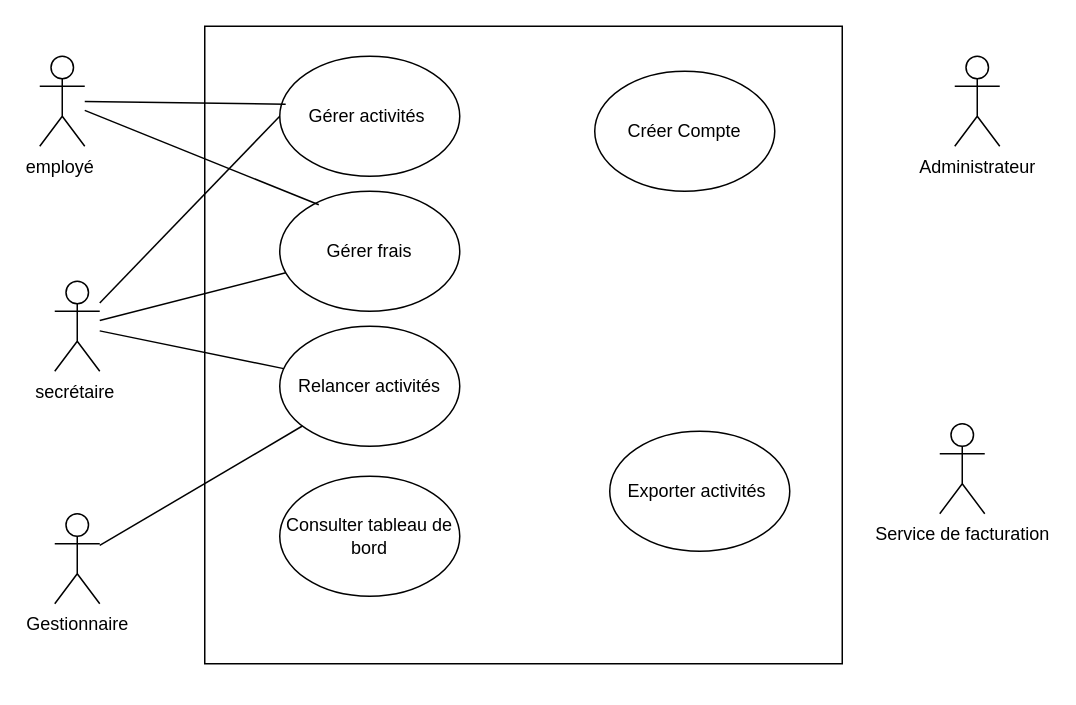
zeuss32/analyse-et-modelisation-lab1 keeps this draw.io diagram as Tp1 Analyse et modélisation.drawio. Above is the earlier version. Source tidied: cells renumbered, new cells numbered last; positions are measured from the earlier drawing's top-left corner, leaving out a move shared by most shapes. Both pictures are drawn from the tidied source at 150%, with x=0, y=0 at pixel (39, 26).
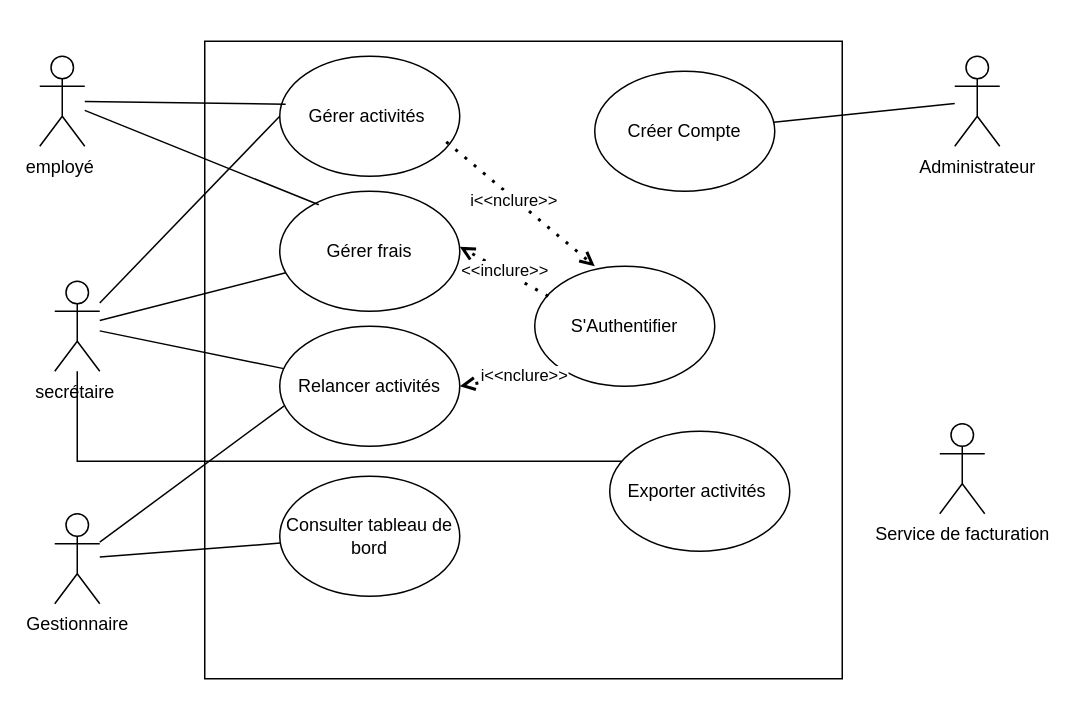
The same diagram, later.

Commit message (it also covers changes not shown here):
Mettre à jour Tp1 Analyse et modélisation.drawio

The change refers to these unchanged cells:
```xml
<mxCell id="3" value="secrétaire&amp;nbsp;" style="shape=umlActor;verticalLabelPosition=bottom;verticalAlign=top;html=1;outlineConnect=0;" parent="1" vertex="1">
  <mxGeometry x="10" y="170" width="30" height="60" as="geometry" />
</mxCell>
<mxCell id="4" value="Gestionnaire" style="shape=umlActor;verticalLabelPosition=bottom;verticalAlign=top;html=1;outlineConnect=0;" parent="1" vertex="1">
  <mxGeometry x="10" y="325" width="30" height="60" as="geometry" />
</mxCell>
<mxCell id="5" value="Administrateur" style="shape=umlActor;verticalLabelPosition=bottom;verticalAlign=top;html=1;outlineConnect=0;" parent="1" vertex="1">
  <mxGeometry x="610" y="20" width="30" height="60" as="geometry" />
</mxCell>
<mxCell id="8" value="Gérer activités&amp;nbsp;" style="ellipse;whiteSpace=wrap;html=1;" parent="1" vertex="1">
  <mxGeometry x="160" y="20" width="120" height="80" as="geometry" />
</mxCell>
<mxCell id="10" value="Relancer activités" style="ellipse;whiteSpace=wrap;html=1;" parent="1" vertex="1">
  <mxGeometry x="160" y="200" width="120" height="80" as="geometry" />
</mxCell>
<mxCell id="11" value="Consulter tableau de bord" style="ellipse;whiteSpace=wrap;html=1;" parent="1" vertex="1">
  <mxGeometry x="160" y="300" width="120" height="80" as="geometry" />
</mxCell>
<mxCell id="12" value="Créer Compte" style="ellipse;whiteSpace=wrap;html=1;" parent="1" vertex="1">
  <mxGeometry x="370" y="30" width="120" height="80" as="geometry" />
</mxCell>
<mxCell id="13" value="Exporter activités&amp;nbsp;" style="ellipse;whiteSpace=wrap;html=1;" parent="1" vertex="1">
  <mxGeometry x="380" y="270" width="120" height="80" as="geometry" />
</mxCell>
```

The edit, as a diff of the source:
```diff
@@
     <mxCell id="6" style="whiteSpace=wrap;html=1;" parent="1" vertex="1">
-      <mxGeometry x="110" width="425" height="425" as="geometry" />
+      <mxGeometry x="110" y="10" width="425" height="425" as="geometry" />
     </mxCell>
@@
-    <mxCell id="18" style="rounded=0;jettySize=auto;html=1;endArrow=none;endFill=0;" parent="1" edge="1" source="4" target="10">
+    <mxCell id="18" style="rounded=0;jettySize=auto;html=1;endArrow=none;endFill=0;entryX=0.025;entryY=0.663;entryDx=0;entryDy=0;entryPerimeter=0;" parent="1" edge="1" source="4" target="10">
       <mxGeometry relative="1" as="geometry" />
     </mxCell>
@@
+    <mxCell id="20" style="rounded=0;jettySize=auto;html=1;endArrow=none;endFill=0;" parent="1" edge="1" source="4" target="11">
+      <mxGeometry relative="1" as="geometry" />
+    </mxCell>
+    <mxCell id="21" value="S'Authentifier" style="ellipse;whiteSpace=wrap;html=1;" parent="1" vertex="1">
+      <mxGeometry x="330" y="160" width="120" height="80" as="geometry" />
+    </mxCell>
+    <mxCell id="22" style="rounded=0;jettySize=auto;html=1;endArrow=none;endFill=0;" parent="1" edge="1" source="5" target="12">
+      <mxGeometry relative="1" as="geometry" />
+    </mxCell>
+    <mxCell id="23" style="edgeStyle=orthogonalEdgeStyle;rounded=0;jettySize=auto;html=1;endArrow=none;endFill=0;" parent="1" edge="1" source="3" target="13">
+      <mxGeometry relative="1" as="geometry">
+        <Array as="points">
+          <mxPoint x="25" y="290" />
+        </Array>
+      </mxGeometry>
+    </mxCell>
+    <mxCell id="24" style="endArrow=open;dashed=1;html=1;dashPattern=1 3;strokeWidth=2;rounded=0;exitX=0.925;exitY=0.713;exitDx=0;exitDy=0;exitPerimeter=0;endFill=0;" parent="1" edge="1" source="8">
+      <mxGeometry relative="1" as="geometry">
+        <mxPoint x="370" y="160" as="targetPoint" />
+      </mxGeometry>
+    </mxCell>
+    <mxCell id="25" value="i&amp;lt;&amp;lt;nclure&amp;gt;&amp;gt;" style="edgeLabel;html=1;align=center;verticalAlign=middle;" parent="24" vertex="1">
+      <mxGeometry x="-0.08" y="-1" relative="1" as="geometry" />
+    </mxCell>
+    <mxCell id="26" style="endArrow=open;dashed=1;html=1;dashPattern=1 3;strokeWidth=2;rounded=0;exitX=0.075;exitY=0.25;exitDx=0;exitDy=0;exitPerimeter=0;entryX=0.075;entryY=0.25;entryDx=0;entryDy=0;entryPerimeter=0;endFill=0;" parent="1" edge="1" source="21">
+      <mxGeometry relative="1" as="geometry">
+        <mxPoint x="280" y="147" as="targetPoint" />
+      </mxGeometry>
+    </mxCell>
+    <mxCell id="27" value="&amp;lt;&amp;lt;inclure&amp;gt;&amp;gt;" style="edgeLabel;html=1;align=center;verticalAlign=middle;" parent="26" vertex="1">
+      <mxGeometry x="0.01" y="-1" relative="1" as="geometry" />
+    </mxCell>
+    <mxCell id="28" style="endArrow=open;dashed=1;html=1;dashPattern=1 3;strokeWidth=2;rounded=0;exitX=0;exitY=1;exitDx=0;exitDy=0;endFill=0;entryX=1;entryY=0.5;entryDx=0;entryDy=0;" parent="1" edge="1" source="21" target="10">
+      <mxGeometry relative="1" as="geometry" />
+    </mxCell>
+    <mxCell id="29" value="i&amp;lt;&amp;lt;nclure&amp;gt;&amp;gt;" style="edgeLabel;html=1;align=center;verticalAlign=middle;" parent="28" vertex="1">
+      <mxGeometry x="-0.26" relative="1" as="geometry" />
+    </mxCell>
```
